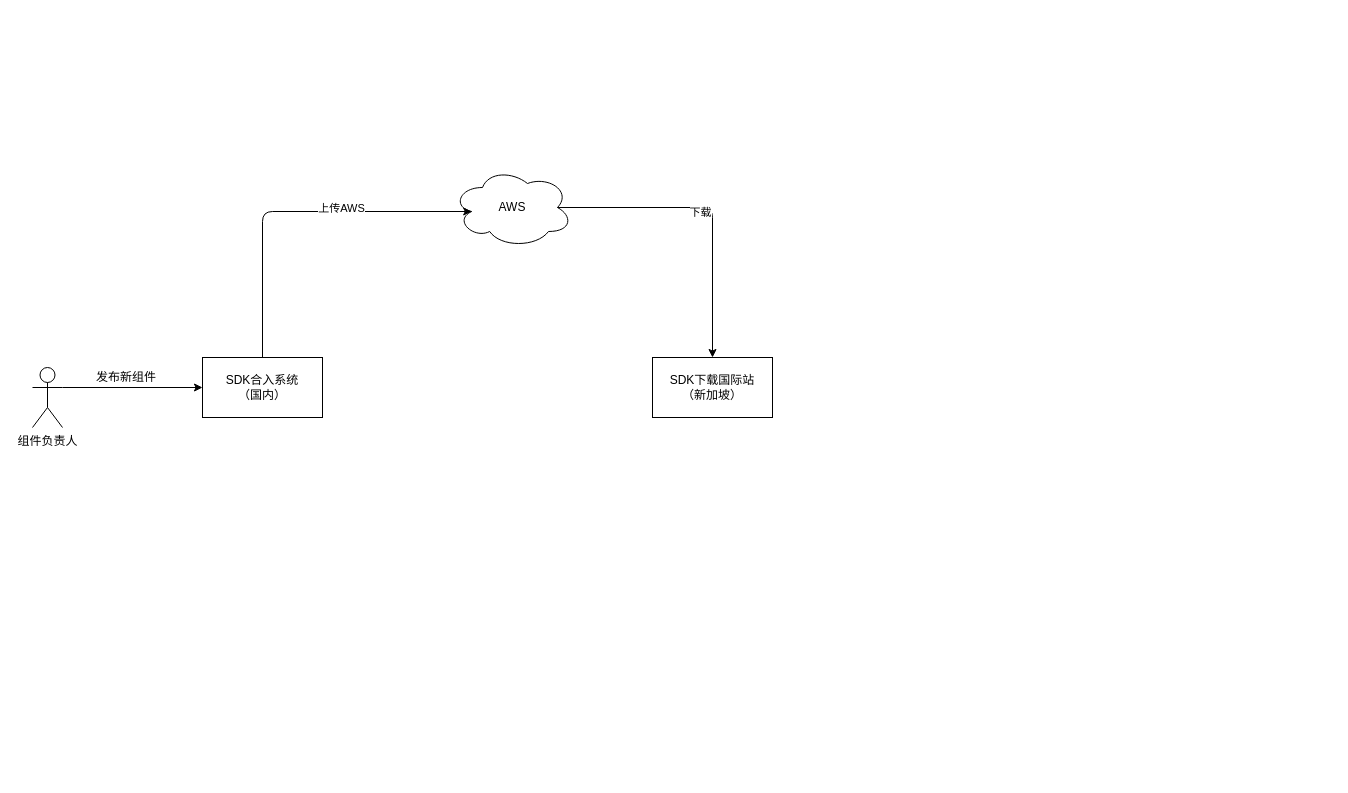
Above: 下载页上国际站方案.drawio in liliang1213/diagram (draw.io), before the change. Source tidied: cells renumbered, new cells numbered last; positions are measured from the earlier drawing's top-left corner, leaving out a move shared by most shapes. Both pictures are drawn from the tidied source at 100%, with x=0, y=0 at pixel (32, 167).
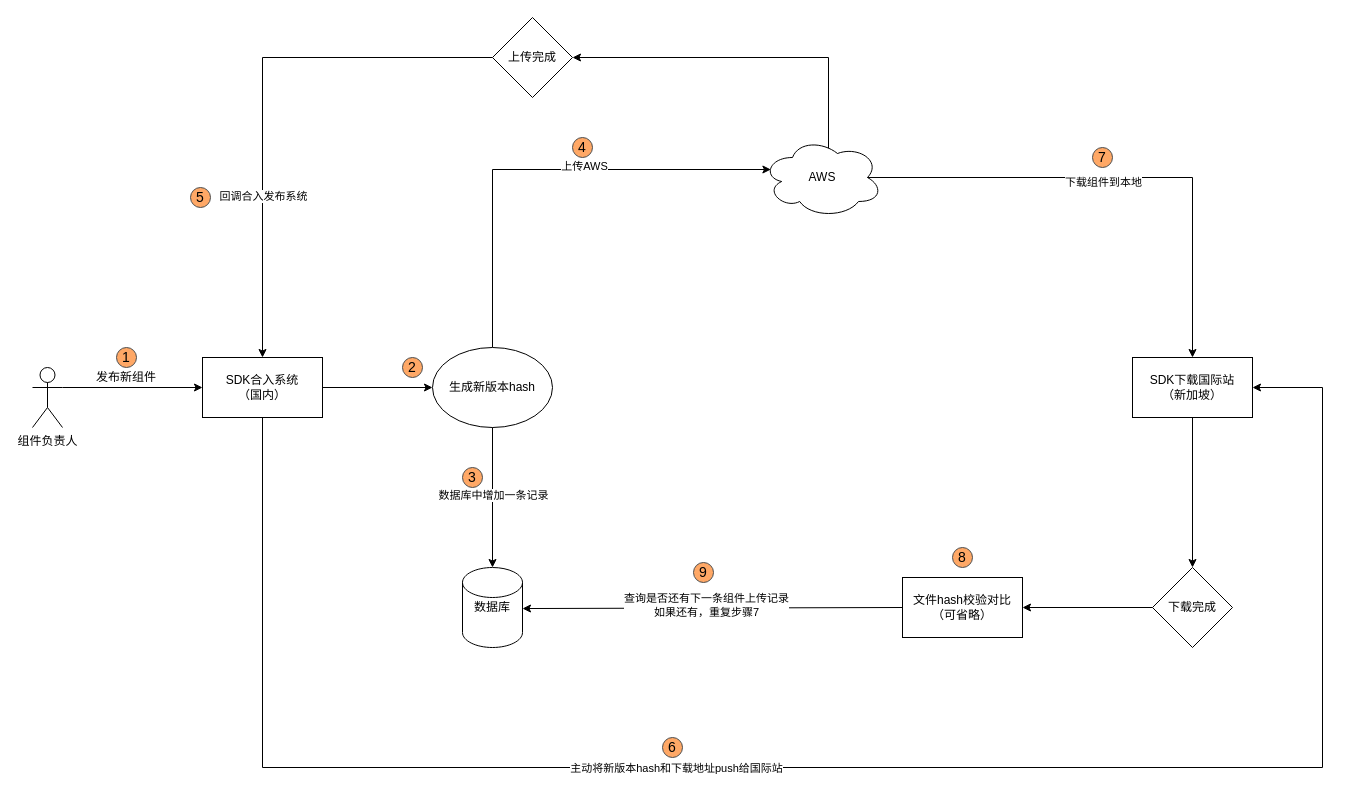
Above is the later version.

Commit message:
Update 下载页上国际站方案.drawio

The change refers to these unchanged cells:
```xml
<mxCell id="2" value="SDK合入系统&lt;br&gt;（国内）" style="rounded=0;whiteSpace=wrap;html=1;" parent="1" vertex="1">
  <mxGeometry x="170" y="190" width="120" height="60" as="geometry" />
</mxCell>
```

What changed in the source:
```diff
@@
+    <mxCell id="12" style="edgeStyle=orthogonalEdgeStyle;rounded=0;jettySize=auto;html=1;exitX=1;exitY=0.5;exitDx=0;exitDy=0;entryX=0;entryY=0.5;entryDx=0;entryDy=0;" parent="1" edge="1" source="2" target="15">
+      <mxGeometry relative="1" as="geometry" />
+    </mxCell>
@@
+    <mxCell id="13" style="edgeStyle=orthogonalEdgeStyle;rounded=0;jettySize=auto;html=1;entryX=1;entryY=0.5;entryDx=0;entryDy=0;exitX=0.625;exitY=0.2;exitDx=0;exitDy=0;exitPerimeter=0;" parent="1" edge="1" source="6" target="23">
+      <mxGeometry relative="1" as="geometry">
+        <Array as="points">
+          <mxPoint x="796" y="-14" />
+          <mxPoint x="796" y="-110" />
+        </Array>
+      </mxGeometry>
+    </mxCell>
     <mxCell id="6" value="AWS" style="ellipse;shape=cloud;whiteSpace=wrap;html=1;" parent="1" vertex="1">
-      <mxGeometry x="420" width="120" height="80" as="geometry" />
+      <mxGeometry x="730" y="-30" width="120" height="80" as="geometry" />
     </mxCell>
-    <mxCell id="7" style="endArrow=classic;html=1;entryX=0.16;entryY=0.55;entryDx=0;entryDy=0;entryPerimeter=0;exitX=0.5;exitY=0;exitDx=0;exitDy=0;edgeStyle=orthogonalEdgeStyle;" parent="1" edge="1" source="2" target="6">
+    <mxCell id="7" style="endArrow=classic;html=1;entryX=0.07;entryY=0.4;entryDx=0;entryDy=0;entryPerimeter=0;exitX=0.5;exitY=0;exitDx=0;exitDy=0;edgeStyle=orthogonalEdgeStyle;rounded=0;" parent="1" edge="1" source="15" target="6">
       <mxGeometry relative="1" as="geometry">
         <Array as="points">
-          <mxPoint x="230" y="44" />
+          <mxPoint x="460" y="2" />
         </Array>
       </mxGeometry>
     </mxCell>
@@
+    <mxCell id="14" style="edgeStyle=orthogonalEdgeStyle;rounded=0;jettySize=auto;html=1;exitX=0.5;exitY=1;exitDx=0;exitDy=0;entryX=0.5;entryY=0;entryDx=0;entryDy=0;" parent="1" edge="1" source="9" target="24">
+      <mxGeometry relative="1" as="geometry" />
+    </mxCell>
     <mxCell id="9" value="SDK下载国际站&lt;br&gt;（新加坡）" style="rounded=0;whiteSpace=wrap;html=1;" parent="1" vertex="1">
-      <mxGeometry x="620" y="190" width="120" height="60" as="geometry" />
+      <mxGeometry x="1100" y="190" width="120" height="60" as="geometry" />
     </mxCell>
-    <mxCell id="10" style="endArrow=classic;html=1;exitX=0.875;exitY=0.5;exitDx=0;exitDy=0;exitPerimeter=0;entryX=0.5;entryY=0;entryDx=0;entryDy=0;edgeStyle=orthogonalEdgeStyle;" parent="1" edge="1" source="6" target="9">
+    <mxCell id="10" style="endArrow=classic;html=1;entryX=0.5;entryY=0;entryDx=0;entryDy=0;edgeStyle=orthogonalEdgeStyle;exitX=0.875;exitY=0.5;exitDx=0;exitDy=0;exitPerimeter=0;rounded=0;" parent="1" edge="1" source="6" target="9">
       <mxGeometry relative="1" as="geometry">
         <Array as="points">
-          <mxPoint x="680" y="40" />
+          <mxPoint x="1160" y="10" />
         </Array>
       </mxGeometry>
     </mxCell>
-    <mxCell id="11" value="下载" style="edgeLabel;html=1;align=center;verticalAlign=middle;" parent="10" vertex="1">
+    <mxCell id="11" value="下载组件到本地" style="edgeLabel;html=1;align=center;verticalAlign=middle;" parent="10" vertex="1">
       <mxGeometry x="-0.07" y="-4" relative="1" as="geometry" />
     </mxCell>
+    <mxCell id="15" value="生成新版本hash" style="ellipse;whiteSpace=wrap;html=1;" parent="1" vertex="1">
+      <mxGeometry x="400" y="180" width="120" height="80" as="geometry" />
+    </mxCell>
+    <mxCell id="16" value="数据库" style="shape=cylinder2;whiteSpace=wrap;html=1;boundedLbl=1;backgroundOutline=1;size=15;" parent="1" vertex="1">
+      <mxGeometry x="430" y="400" width="60" height="80" as="geometry" />
+    </mxCell>
+    <mxCell id="17" style="endArrow=classic;html=1;exitX=0.5;exitY=1;exitDx=0;exitDy=0;" parent="1" edge="1" source="15" target="16">
+      <mxGeometry relative="1" as="geometry" />
+    </mxCell>
+    <mxCell id="18" value="&lt;font color=&quot;#000000&quot;&gt;数据库中增加一条记录&lt;/font&gt;" style="edgeLabel;html=1;align=center;verticalAlign=middle;fontSize=11;fontColor=#FFFFFF;" parent="17" vertex="1">
+      <mxGeometry x="-0.04" relative="1" as="geometry" />
+    </mxCell>
+    <mxCell id="19" style="edgeStyle=orthogonalEdgeStyle;rounded=0;jettySize=auto;html=1;exitX=0.5;exitY=1;exitDx=0;exitDy=0;" parent="1" edge="1" source="2" target="9">
+      <mxGeometry relative="1" as="geometry">
+        <Array as="points">
+          <mxPoint x="230" y="600" />
+          <mxPoint x="1290" y="600" />
+          <mxPoint x="1290" y="220" />
+        </Array>
+      </mxGeometry>
+    </mxCell>
+    <mxCell id="20" value="主动将新版本hash和下载地址push给国际站" style="edgeLabel;html=1;align=center;verticalAlign=middle;" parent="19" vertex="1">
+      <mxGeometry x="-0.18" relative="1" as="geometry" />
+    </mxCell>
+    <mxCell id="21" style="edgeStyle=orthogonalEdgeStyle;rounded=0;sketch=0;jettySize=auto;html=1;exitX=0;exitY=0.5;exitDx=0;exitDy=0;fontSize=14;fontColor=#FFFFFF;entryX=0.5;entryY=0;entryDx=0;entryDy=0;" parent="1" edge="1" source="23" target="2">
+      <mxGeometry relative="1" as="geometry">
+        <Array as="points">
+          <mxPoint x="230" y="-110" />
+        </Array>
+      </mxGeometry>
+    </mxCell>
+    <mxCell id="22" value="&lt;font color=&quot;#000000&quot; style=&quot;font-size: 11px;&quot;&gt;回调合入发布系统&lt;/font&gt;" style="edgeLabel;html=1;align=center;verticalAlign=middle;fontSize=11;fontColor=#FFFFFF;" parent="21" vertex="1">
+      <mxGeometry x="0.6" y="-3" relative="1" as="geometry">
+        <mxPoint x="3" y="-55" as="offset" />
+      </mxGeometry>
+    </mxCell>
+    <mxCell id="23" value="上传完成" style="rhombus;whiteSpace=wrap;html=1;" parent="1" vertex="1">
+      <mxGeometry x="460" y="-150" width="80" height="80" as="geometry" />
+    </mxCell>
+    <mxCell id="24" value="下载完成" style="rhombus;whiteSpace=wrap;html=1;" parent="1" vertex="1">
+      <mxGeometry x="1120" y="400" width="80" height="80" as="geometry" />
+    </mxCell>
+    <mxCell id="25" style="endArrow=classic;html=1;exitX=0;exitY=0.5;exitDx=0;exitDy=0;entryX=1;entryY=0.513;entryDx=0;entryDy=0;entryPerimeter=0;" parent="1" edge="1" source="27" target="16">
+      <mxGeometry relative="1" as="geometry" />
+    </mxCell>
+    <mxCell id="26" value="查询是否还有下一条组件上传记录&lt;br&gt;如果还有，重复步骤7" style="edgeLabel;html=1;align=center;verticalAlign=middle;" parent="25" vertex="1">
+      <mxGeometry x="0.03" y="-3" relative="1" as="geometry" />
+    </mxCell>
+    <mxCell id="27" value="文件hash校验对比&lt;br&gt;（可省略）" style="rounded=0;whiteSpace=wrap;html=1;" parent="1" vertex="1">
+      <mxGeometry x="870" y="410" width="120" height="60" as="geometry" />
+    </mxCell>
+    <mxCell id="28" style="endArrow=classic;html=1;exitX=0;exitY=0.5;exitDx=0;exitDy=0;entryX=1;entryY=0.5;entryDx=0;entryDy=0;" parent="1" edge="1" source="24" target="27">
+      <mxGeometry relative="1" as="geometry" />
+    </mxCell>
+    <mxCell id="29" value="5" style="ellipse;whiteSpace=wrap;html=1;rounded=0;labelBackgroundColor=none;sketch=0;fontSize=14;fillColor=#FFA866;strokeColor=#4D4D4D;" parent="1" vertex="1">
+      <mxGeometry x="158" y="20" width="20" height="20" as="geometry" />
+    </mxCell>
+    <mxCell id="30" value="2" style="ellipse;whiteSpace=wrap;html=1;rounded=0;labelBackgroundColor=none;sketch=0;fontSize=14;fillColor=#FFA866;strokeColor=#4D4D4D;" parent="1" vertex="1">
+      <mxGeometry x="370" y="190" width="20" height="20" as="geometry" />
+    </mxCell>
+    <mxCell id="31" value="3" style="ellipse;whiteSpace=wrap;html=1;rounded=0;labelBackgroundColor=none;sketch=0;fontSize=14;fillColor=#FFA866;strokeColor=#4D4D4D;" parent="1" vertex="1">
+      <mxGeometry x="430" y="300" width="20" height="20" as="geometry" />
+    </mxCell>
+    <mxCell id="32" value="4" style="ellipse;whiteSpace=wrap;html=1;rounded=0;labelBackgroundColor=none;sketch=0;fontSize=14;fillColor=#FFA866;strokeColor=#4D4D4D;" parent="1" vertex="1">
+      <mxGeometry x="540" y="-30" width="20" height="20" as="geometry" />
+    </mxCell>
+    <mxCell id="33" value="7" style="ellipse;whiteSpace=wrap;html=1;rounded=0;labelBackgroundColor=none;sketch=0;fontSize=14;fillColor=#FFA866;strokeColor=#4D4D4D;" parent="1" vertex="1">
+      <mxGeometry x="1060" y="-20" width="20" height="20" as="geometry" />
+    </mxCell>
+    <mxCell id="34" value="6" style="ellipse;whiteSpace=wrap;html=1;rounded=0;labelBackgroundColor=none;sketch=0;fontSize=14;fillColor=#FFA866;strokeColor=#4D4D4D;" parent="1" vertex="1">
+      <mxGeometry x="630" y="570" width="20" height="20" as="geometry" />
+    </mxCell>
+    <mxCell id="35" value="1" style="ellipse;whiteSpace=wrap;html=1;rounded=0;labelBackgroundColor=none;sketch=0;fontSize=14;fillColor=#FFA866;strokeColor=#4D4D4D;" parent="1" vertex="1">
+      <mxGeometry x="84" y="180" width="20" height="20" as="geometry" />
+    </mxCell>
+    <mxCell id="36" value="9" style="ellipse;whiteSpace=wrap;html=1;rounded=0;labelBackgroundColor=none;sketch=0;fontSize=14;fillColor=#FFA866;strokeColor=#4D4D4D;" parent="1" vertex="1">
+      <mxGeometry x="661" y="395" width="20" height="20" as="geometry" />
+    </mxCell>
+    <mxCell id="37" value="8" style="ellipse;whiteSpace=wrap;html=1;rounded=0;labelBackgroundColor=none;sketch=0;fontSize=14;fillColor=#FFA866;strokeColor=#4D4D4D;" parent="1" vertex="1">
+      <mxGeometry x="920" y="380" width="20" height="20" as="geometry" />
+    </mxCell>
```
